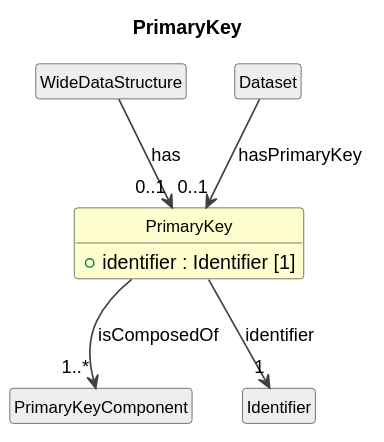
Before: cdif-uml-model/_plantuml/cdifDataStructure/Classes/PrimaryKey.svg, a diagram exported from PlantUML (Cross-Domain-Interoperability-Framework/metadataBuildingBlocks).
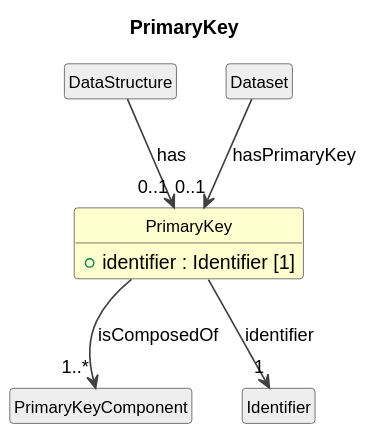
Later version of the same file.

What changed in the source:
```diff
@@ -13,8 +13,8 @@
 class "PrimaryKey" as PrimaryKey #FEFECE {
   +identifier : Identifier [1]
 }
-class "WideDataStructure" as WideDataStructure #EEEEEE
-WideDataStructure --> "0..1" PrimaryKey : has
+class "DataStructure" as DataStructure #EEEEEE
+DataStructure --> "0..1" PrimaryKey : has
 class "PrimaryKeyComponent" as PrimaryKeyComponent #EEEEEE
 PrimaryKey --> "1..*" PrimaryKeyComponent : isComposedOf
 class "Dataset" as Dataset #EEEEEE
```
